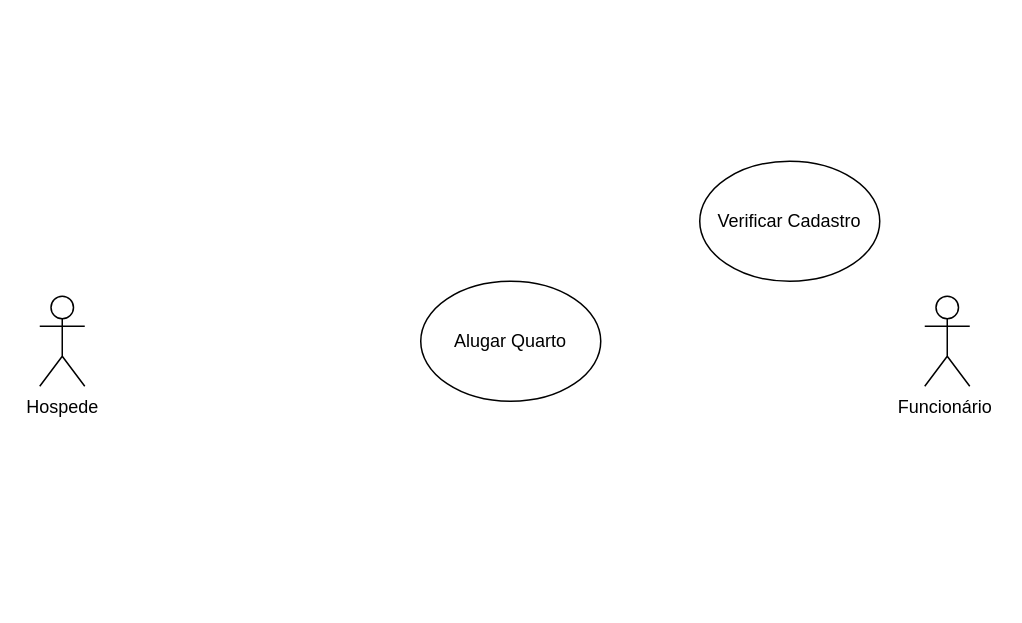
Earlier version of the draw.io diagram Controle De Hotelaria.drawio (ArcanjoDaGuarda/AnjoProjetos). Source tidied: cells renumbered, new cells numbered last; positions are measured from the earlier drawing's top-left corner, leaving out a move shared by most shapes. Both pictures are drawn from the tidied source at 150%, with x=0, y=0 at pixel (39, 160).
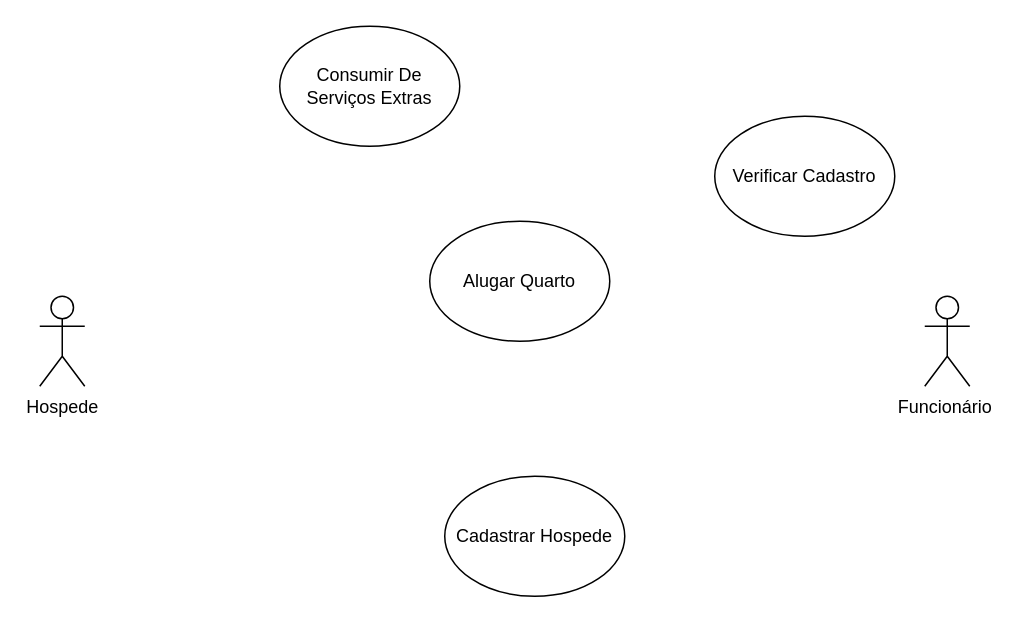
The same page after the edit.

The edit, as a diff of the source:
```diff
@@
 <mxGraphModel>
   <root>
     <mxCell id="0" />
     <mxCell id="1" parent="0" />
     <mxCell id="2" value="Hospede" style="shape=umlActor;verticalLabelPosition=bottom;verticalAlign=top;html=1;" parent="1" vertex="1">
       <mxGeometry y="90" width="30" height="60" as="geometry" />
     </mxCell>
     <mxCell id="3" value="Funcionário&amp;nbsp;" style="shape=umlActor;verticalLabelPosition=bottom;verticalAlign=top;html=1;" parent="1" vertex="1">
       <mxGeometry x="590" y="90" width="30" height="60" as="geometry" />
     </mxCell>
     <mxCell id="4" value="Alugar Quarto" style="ellipse;whiteSpace=wrap;html=1;" parent="1" vertex="1">
-      <mxGeometry x="254" y="80" width="120" height="80" as="geometry" />
+      <mxGeometry x="260" y="40" width="120" height="80" as="geometry" />
     </mxCell>
     <mxCell id="5" value="Verificar Cadastro" style="ellipse;whiteSpace=wrap;html=1;" parent="1" vertex="1">
-      <mxGeometry x="440" width="120" height="80" as="geometry" />
+      <mxGeometry x="450" y="-30" width="120" height="80" as="geometry" />
     </mxCell>
+    <mxCell id="6" value="Cadastrar Hospede" style="ellipse;whiteSpace=wrap;html=1;" parent="1" vertex="1">
+      <mxGeometry x="270" y="210" width="120" height="80" as="geometry" />
+    </mxCell>
+    <mxCell id="7" value="Consumir De Serviços Extras" style="ellipse;whiteSpace=wrap;html=1;" parent="1" vertex="1">
+      <mxGeometry x="160" y="-90" width="120" height="80" as="geometry" />
+    </mxCell>
   </root>
 </mxGraphModel>
```
